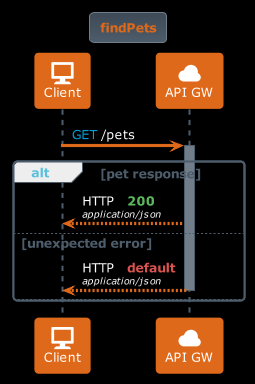
bschwarz/omskep keeps this PlantUML diagram as getPets-superhero.png. Above is the earlier version.
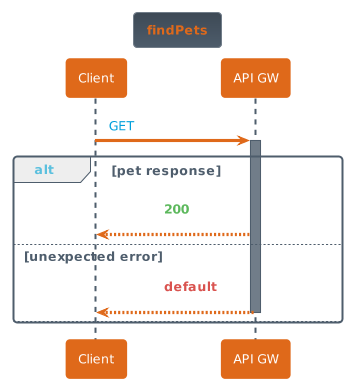
After the commit.

Diff of the diagram source:
```diff
@@ -2,7 +2,7 @@
 
 
 
-skinparam backgroundColor black
+skinparam backgroundColor transparent
 
 
 
@@ -14,9 +14,9 @@
 skinparam dpi                   100
 skinparam shadowing             false
 skinparam roundcorner           8
-skinparam ParticipantPadding    10
-skinparam BoxPadding            2
-skinparam Padding               2
+skinparam ParticipantPadding    40
+skinparam BoxPadding            40
+skinparam Padding               5
 skinparam ArrowColor            #4E5D6C
 skinparam title {
 	FontColor	                 #DF691A
@@ -48,20 +48,20 @@
 skinparam sequence {
 	BorderColor #DF691A
 	TitleFontColor #DF691A
-	BackgroundColor black
+	BackgroundColor transparent
 	StartColor #DF691A
 	EndColor #DF691A
     ParticipantBackgroundColor #DF691A
     ParticipantBorderColor #DF691A
 	ParticipantBorderThickness 0
 	ParticipantFontColor #FFF
-	ActorBackgroundColor black
+	ActorBackgroundColor transparent
     ActorBorderColor #DF691A
 	ActorFontColor #DF691A
 	ArrowThickness 3
 	ArrowColor #DF691A
 	ArrowFontColor #FFF
-	BoxBackgroundColor black
+	BoxBackgroundColor transparent
 	BoxBorderColor #4E5D6C
 	BoxFontColor $DARk
 	LifeLineBorderColor #4E5D6C
@@ -74,7 +74,7 @@
     DividerBorderColor #4E5D6C
     DividerBorderThickness 2
     DividerFontColor #abb6c2
-	ReferenceBackgroundColor black
+	ReferenceBackgroundColor transparent
 	ReferenceBorderColor #4E5D6C
 	ReferenceFontColor #4E5D6C
 	ReferenceHeaderFontColor #5bc0de
@@ -83,7 +83,7 @@
 skinparam partition {
 	BorderColor #DF691A
 	FontColor #DF691A
-	BackgroundColor black
+	BackgroundColor transparent
 }
 
 skinparam collections {
@@ -154,7 +154,7 @@
 
 skinparam cloud {
 	BackgroundColor white-lightskyblue
-	BorderColor black
+	BorderColor transparent
 	FontColor #4E5D6C
 }
 
@@ -268,8 +268,8 @@
 }
 title findPets
 
-participant "<size:32><&monitor>\nClient" as C
-participant "<size:32><&cloud>\nAPI GW" as G
+participant "Client" as C
+participant "API GW" as G
 C->G: <color #009fdb>GET</color> /pets
 activate G
 alt pet response
```
